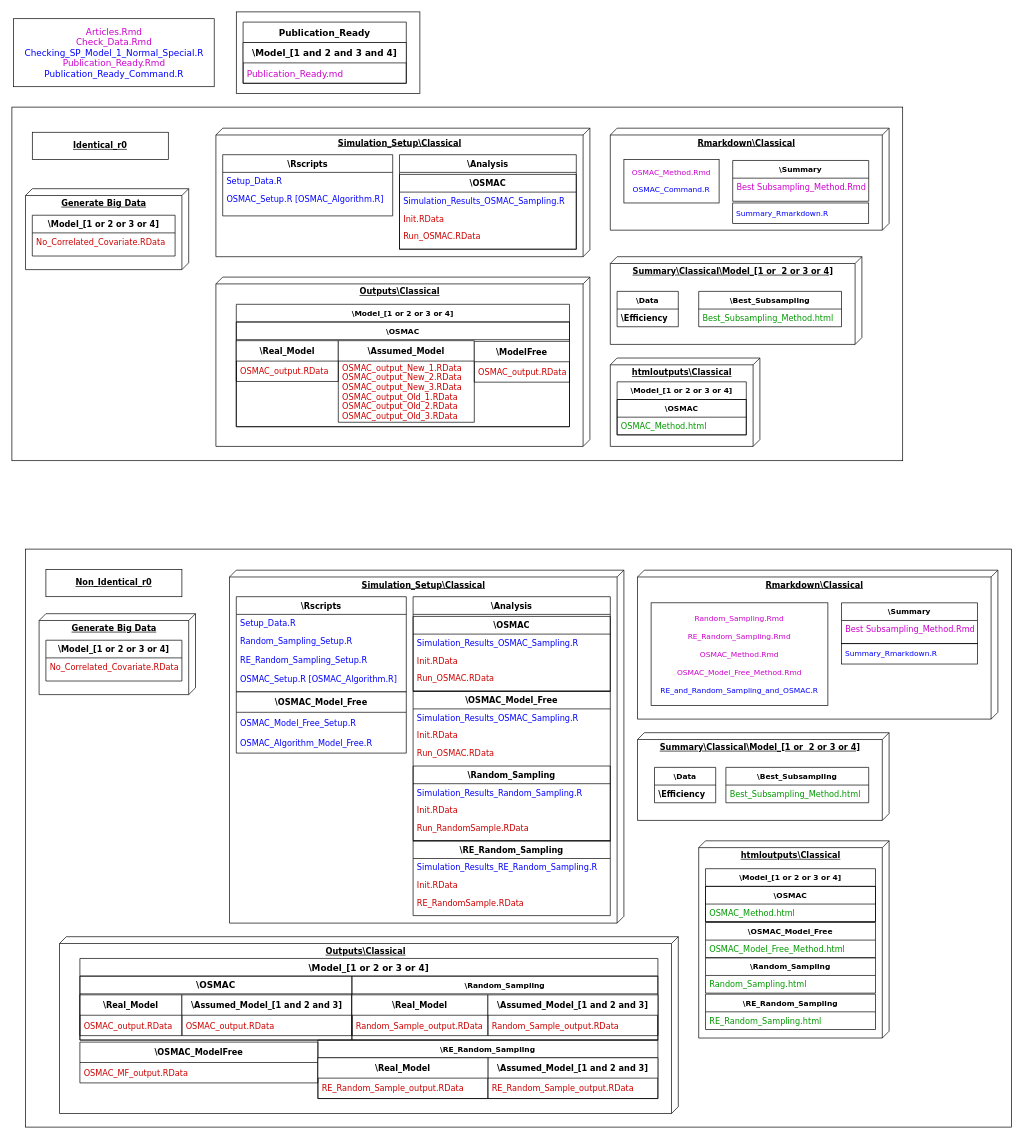
Amalan-ConStat/RS_OS_MROS_LR_TwoVar_Normal keeps this draw.io diagram as Images/FullDiagram.drawio. Above is the earlier version. Source tidied: cells renumbered, new cells numbered last; positions are measured from the earlier drawing's top-left corner, leaving out a move shared by most shapes. Both pictures are drawn from the tidied source at 68%, with x=0, y=0 at pixel (12, 12).
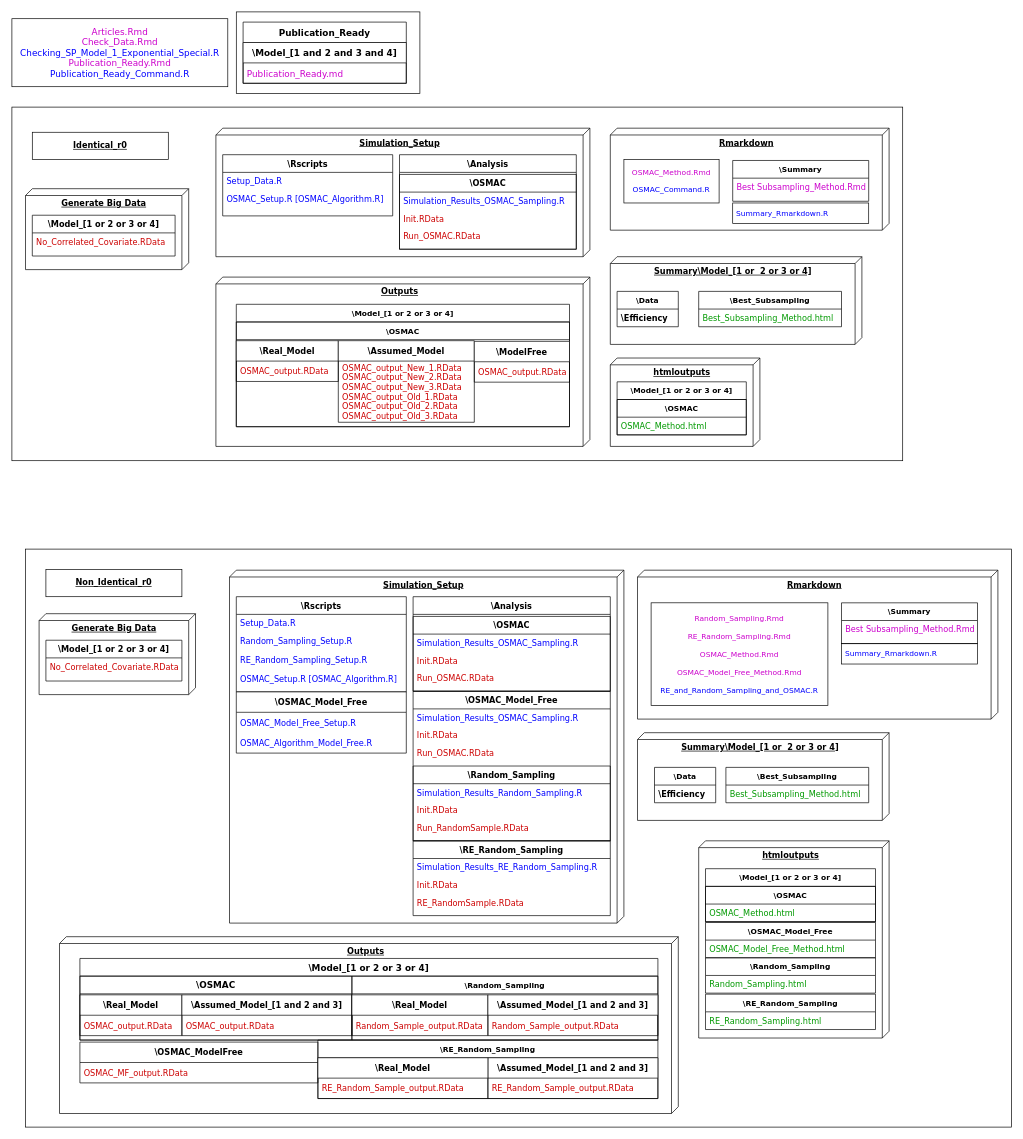
After the change.

The edit, as a diff of the source:
```diff
@@
-    <mxCell id="6" value="htmloutputs\Classical&lt;br&gt;&lt;br&gt;" style="verticalAlign=top;align=center;spacingTop=8;spacingLeft=2;spacingRight=12;shape=cube;size=10;direction=south;fontStyle=5;html=1;rounded=0;shadow=0;comic=0;labelBackgroundColor=none;strokeWidth=1;fontFamily=Verdana;fontSize=12;" parent="1" vertex="1">
+    <mxCell id="6" value="htmloutputs&lt;br&gt;" style="verticalAlign=top;align=center;spacingTop=8;spacingLeft=2;spacingRight=12;shape=cube;size=10;direction=south;fontStyle=5;html=1;rounded=0;shadow=0;comic=0;labelBackgroundColor=none;strokeWidth=1;fontFamily=Verdana;fontSize=12;" parent="1" vertex="1">
       <mxGeometry x="880" y="509" width="220" height="130" as="geometry" />
     </mxCell>
-    <mxCell id="7" value="Outputs\Classical" style="verticalAlign=top;align=center;spacingTop=8;spacingLeft=2;spacingRight=12;shape=cube;size=10;direction=south;fontStyle=5;html=1;rounded=0;shadow=0;comic=0;labelBackgroundColor=none;strokeWidth=1;fontFamily=Verdana;fontSize=12;" parent="1" vertex="1">
+    <mxCell id="7" value="Outputs" style="verticalAlign=top;align=center;spacingTop=8;spacingLeft=2;spacingRight=12;shape=cube;size=10;direction=south;fontStyle=5;html=1;rounded=0;shadow=0;comic=0;labelBackgroundColor=none;strokeWidth=1;fontFamily=Verdana;fontSize=12;" parent="1" vertex="1">
       <mxGeometry x="300" y="390" width="550" height="249" as="geometry" />
     </mxCell>
-    <mxCell id="8" value="&lt;b&gt;Rmarkdown\Classical&lt;/b&gt;" style="verticalAlign=top;align=center;spacingTop=8;spacingLeft=2;spacingRight=12;shape=cube;size=10;direction=south;fontStyle=4;html=1;rounded=0;shadow=0;comic=0;labelBackgroundColor=none;strokeWidth=1;fontFamily=Verdana;fontSize=12;" parent="1" vertex="1">
+    <mxCell id="8" value="&lt;b&gt;Rmarkdown&lt;/b&gt;" style="verticalAlign=top;align=center;spacingTop=8;spacingLeft=2;spacingRight=12;shape=cube;size=10;direction=south;fontStyle=4;html=1;rounded=0;shadow=0;comic=0;labelBackgroundColor=none;strokeWidth=1;fontFamily=Verdana;fontSize=12;" parent="1" vertex="1">
       <mxGeometry x="880" y="171" width="410" height="150" as="geometry" />
     </mxCell>
-    <mxCell id="9" value="Simulation_Setup\Classical" style="verticalAlign=top;align=center;spacingTop=8;spacingLeft=2;spacingRight=12;shape=cube;size=10;direction=south;fontStyle=5;html=1;rounded=0;shadow=0;comic=0;labelBackgroundColor=none;strokeWidth=1;fontFamily=Verdana;fontSize=12;" parent="1" vertex="1">
+    <mxCell id="9" value="Simulation_Setup" style="verticalAlign=top;align=center;spacingTop=8;spacingLeft=2;spacingRight=12;shape=cube;size=10;direction=south;fontStyle=5;html=1;rounded=0;shadow=0;comic=0;labelBackgroundColor=none;strokeWidth=1;fontFamily=Verdana;fontSize=12;" parent="1" vertex="1">
       <mxGeometry x="300" y="171" width="550" height="189" as="geometry" />
     </mxCell>
-    <mxCell id="10" value="&lt;b&gt;Summary\Classical\Model_[1 or&amp;nbsp; 2 or 3 or 4]&lt;/b&gt;" style="verticalAlign=top;align=center;spacingTop=8;spacingLeft=2;spacingRight=12;shape=cube;size=10;direction=south;fontStyle=4;html=1;rounded=0;shadow=0;comic=0;labelBackgroundColor=none;strokeWidth=1;fontFamily=Verdana;fontSize=12;" parent="1" vertex="1">
+    <mxCell id="10" value="&lt;b&gt;Summary\Model_[1 or&amp;nbsp; 2 or 3 or 4]&lt;/b&gt;" style="verticalAlign=top;align=center;spacingTop=8;spacingLeft=2;spacingRight=12;shape=cube;size=10;direction=south;fontStyle=4;html=1;rounded=0;shadow=0;comic=0;labelBackgroundColor=none;strokeWidth=1;fontFamily=Verdana;fontSize=12;" parent="1" vertex="1">
       <mxGeometry x="880" y="360" width="370" height="129" as="geometry" />
     </mxCell>
@@
-    <mxCell id="42" value="htmloutputs\Classical&lt;br&gt;&lt;br&gt;" style="verticalAlign=top;align=center;spacingTop=8;spacingLeft=2;spacingRight=12;shape=cube;size=10;direction=south;fontStyle=5;html=1;rounded=0;shadow=0;comic=0;labelBackgroundColor=none;strokeWidth=1;fontFamily=Verdana;fontSize=12;" parent="1" vertex="1">
+    <mxCell id="42" value="htmloutputs&lt;br&gt;" style="verticalAlign=top;align=center;spacingTop=8;spacingLeft=2;spacingRight=12;shape=cube;size=10;direction=south;fontStyle=5;html=1;rounded=0;shadow=0;comic=0;labelBackgroundColor=none;strokeWidth=1;fontFamily=Verdana;fontSize=12;" parent="1" vertex="1">
       <mxGeometry x="1010" y="1219" width="280" height="290" as="geometry" />
     </mxCell>
-    <mxCell id="43" value="Outputs\Classical" style="verticalAlign=top;align=center;spacingTop=8;spacingLeft=2;spacingRight=12;shape=cube;size=10;direction=south;fontStyle=5;html=1;rounded=0;shadow=0;comic=0;labelBackgroundColor=none;strokeWidth=1;fontFamily=Verdana;fontSize=12;" parent="1" vertex="1">
+    <mxCell id="43" value="Outputs" style="verticalAlign=top;align=center;spacingTop=8;spacingLeft=2;spacingRight=12;shape=cube;size=10;direction=south;fontStyle=5;html=1;rounded=0;shadow=0;comic=0;labelBackgroundColor=none;strokeWidth=1;fontFamily=Verdana;fontSize=12;" parent="1" vertex="1">
       <mxGeometry x="70" y="1360" width="910" height="260" as="geometry" />
     </mxCell>
-    <mxCell id="44" value="&lt;b&gt;Rmarkdown\Classical&lt;/b&gt;" style="verticalAlign=top;align=center;spacingTop=8;spacingLeft=2;spacingRight=12;shape=cube;size=10;direction=south;fontStyle=4;html=1;rounded=0;shadow=0;comic=0;labelBackgroundColor=none;strokeWidth=1;fontFamily=Verdana;fontSize=12;" parent="1" vertex="1">
+    <mxCell id="44" value="&lt;b&gt;Rmarkdown&lt;/b&gt;" style="verticalAlign=top;align=center;spacingTop=8;spacingLeft=2;spacingRight=12;shape=cube;size=10;direction=south;fontStyle=4;html=1;rounded=0;shadow=0;comic=0;labelBackgroundColor=none;strokeWidth=1;fontFamily=Verdana;fontSize=12;" parent="1" vertex="1">
       <mxGeometry x="920" y="821" width="530" height="219" as="geometry" />
     </mxCell>
-    <mxCell id="45" value="Simulation_Setup\Classical" style="verticalAlign=top;align=center;spacingTop=8;spacingLeft=2;spacingRight=12;shape=cube;size=10;direction=south;fontStyle=5;html=1;rounded=0;shadow=0;comic=0;labelBackgroundColor=none;strokeWidth=1;fontFamily=Verdana;fontSize=12;" parent="1" vertex="1">
+    <mxCell id="45" value="Simulation_Setup" style="verticalAlign=top;align=center;spacingTop=8;spacingLeft=2;spacingRight=12;shape=cube;size=10;direction=south;fontStyle=5;html=1;rounded=0;shadow=0;comic=0;labelBackgroundColor=none;strokeWidth=1;fontFamily=Verdana;fontSize=12;" parent="1" vertex="1">
       <mxGeometry x="320" y="821" width="580" height="519" as="geometry" />
     </mxCell>
-    <mxCell id="46" value="&lt;b&gt;Summary\Classical\Model_[1 or&amp;nbsp; 2 or 3 or 4]&lt;/b&gt;" style="verticalAlign=top;align=center;spacingTop=8;spacingLeft=2;spacingRight=12;shape=cube;size=10;direction=south;fontStyle=4;html=1;rounded=0;shadow=0;comic=0;labelBackgroundColor=none;strokeWidth=1;fontFamily=Verdana;fontSize=12;" parent="1" vertex="1">
+    <mxCell id="46" value="&lt;b&gt;Summary\Model_[1 or&amp;nbsp; 2 or 3 or 4]&lt;/b&gt;" style="verticalAlign=top;align=center;spacingTop=8;spacingLeft=2;spacingRight=12;shape=cube;size=10;direction=south;fontStyle=4;html=1;rounded=0;shadow=0;comic=0;labelBackgroundColor=none;strokeWidth=1;fontFamily=Verdana;fontSize=12;" parent="1" vertex="1">
       <mxGeometry x="920" y="1060" width="370" height="129" as="geometry" />
     </mxCell>
@@
-    <mxCell id="108" value="&lt;font style=&quot;font-size: 13px&quot;&gt;&lt;font color=&quot;#cc00cc&quot; style=&quot;font-size: 13px&quot;&gt;Articles.Rmd&lt;br&gt;Check_Data.Rmd&lt;/font&gt;&lt;br&gt;&lt;font style=&quot;font-size: 13px&quot;&gt;Checking_SP_Model_1_Normal_Special.R&lt;/font&gt;&lt;br&gt;&lt;font color=&quot;#cc00cc&quot; style=&quot;font-size: 13px&quot;&gt;Publication_Ready.Rmd&lt;/font&gt;&lt;br&gt;&lt;font style=&quot;font-size: 13px&quot;&gt;Publication_Ready_Command.R&lt;/font&gt;&lt;/font&gt;" style="rounded=0;whiteSpace=wrap;html=1;fontFamily=Verdana;fontSize=13;fontColor=#0000FF;" parent="1" vertex="1">
-      <mxGeometry x="2.5" y="10" width="295" height="100" as="geometry" />
+    <mxCell id="108" value="&lt;font style=&quot;font-size: 13px&quot;&gt;&lt;font color=&quot;#cc00cc&quot; style=&quot;font-size: 13px&quot;&gt;Articles.Rmd&lt;br&gt;Check_Data.Rmd&lt;/font&gt;&lt;br&gt;&lt;font style=&quot;font-size: 13px&quot;&gt;Checking_SP_Model_1_Exponential_Special.R&lt;/font&gt;&lt;br&gt;&lt;font color=&quot;#cc00cc&quot; style=&quot;font-size: 13px&quot;&gt;Publication_Ready.Rmd&lt;/font&gt;&lt;br&gt;&lt;font style=&quot;font-size: 13px&quot;&gt;Publication_Ready_Command.R&lt;/font&gt;&lt;/font&gt;" style="rounded=0;whiteSpace=wrap;html=1;fontFamily=Verdana;fontSize=13;fontColor=#0000FF;" parent="1" vertex="1">
+      <mxGeometry y="10" width="317.5" height="100" as="geometry" />
     </mxCell>
```
